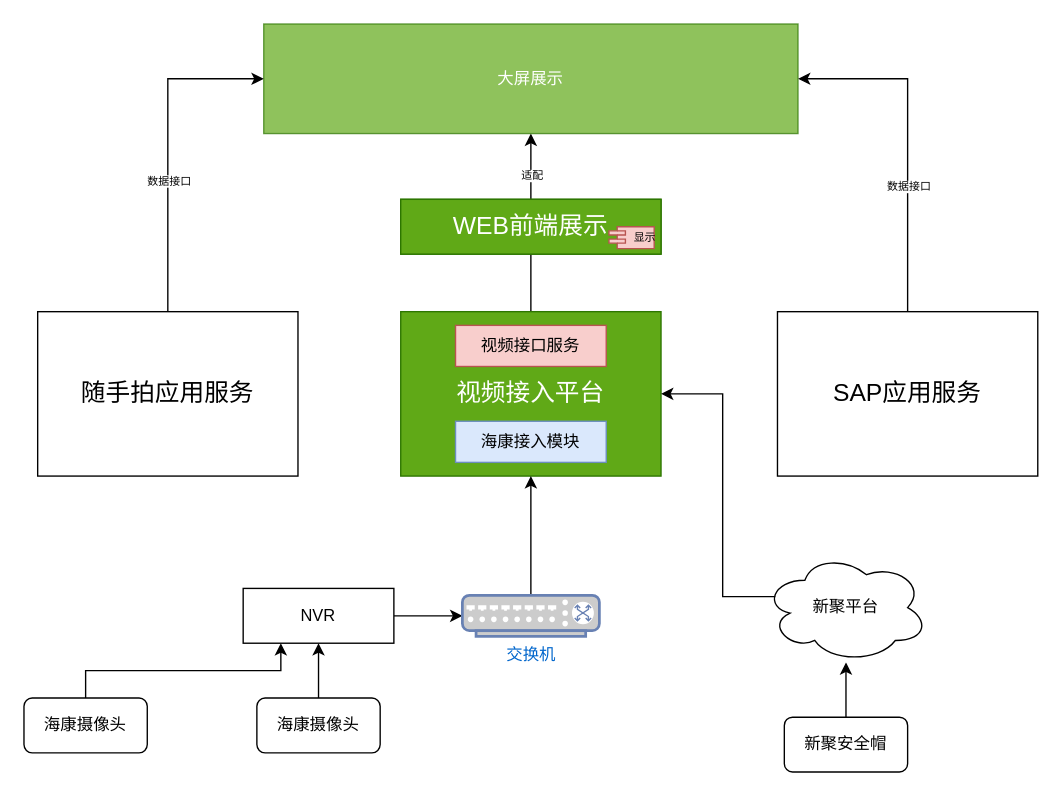
Above: page "视频监控" (4 of 4) of 总体架构.drawio in chinadragonsjz/project (draw.io), before the change. Source tidied: cells renumbered, new cells numbered last; positions are measured from the earlier drawing's top-left corner, leaving out a move shared by most shapes. Both pictures are drawn from the tidied source at 137%, with x=0, y=0 at pixel (23, 23).
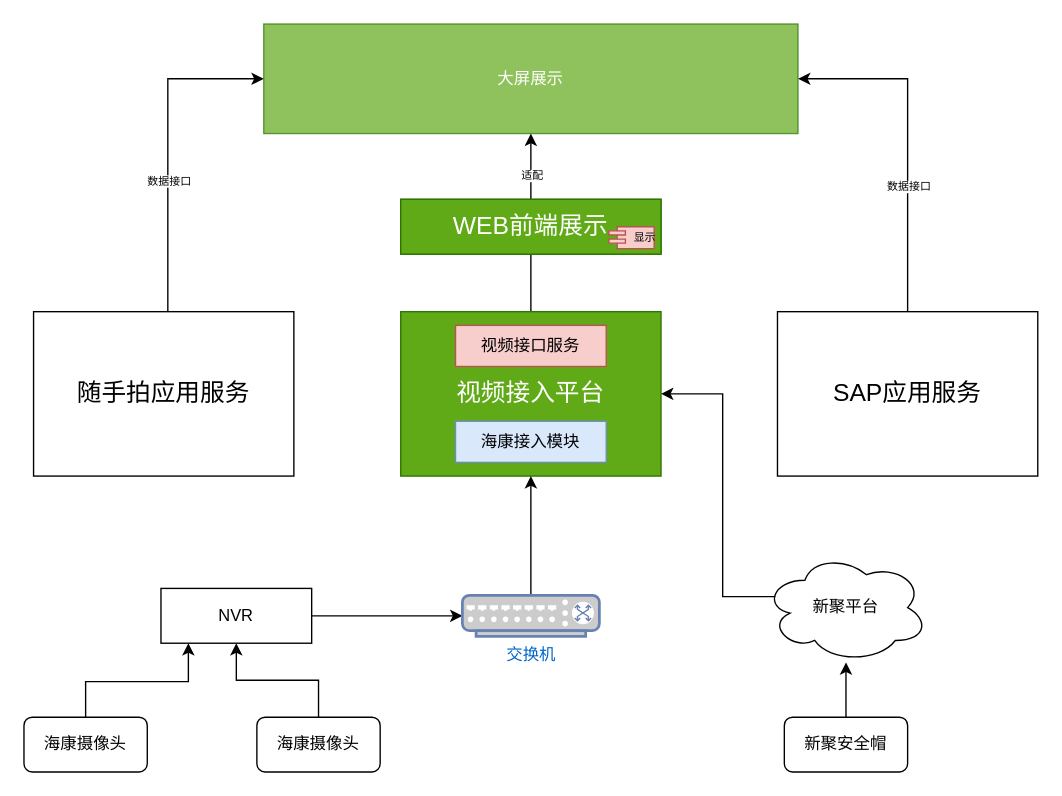
After the change.

Commit message:
更新总体架构.drawio

Change to the diagram source:
```diff
@@
     <mxCell id="7" value="海康摄像头" style="rounded=1;whiteSpace=wrap;html=1;" parent="1" vertex="1">
-      <mxGeometry x="170" y="492" width="90" height="40" as="geometry" />
+      <mxGeometry x="170" y="506" width="90" height="40" as="geometry" />
     </mxCell>
-    <mxCell id="8" style="edgeStyle=orthogonalEdgeStyle;rounded=0;jettySize=auto;html=1;entryX=0.25;entryY=1;entryDx=0;entryDy=0;" parent="1" edge="1" source="9" target="13">
+    <mxCell id="8" style="edgeStyle=orthogonalEdgeStyle;rounded=0;jettySize=auto;html=1;" parent="1" edge="1" source="9">
       <mxGeometry relative="1" as="geometry">
+        <mxPoint x="120" y="452" as="targetPoint" />
         <Array as="points">
-          <mxPoint x="45" y="472" />
-          <mxPoint x="188" y="472" />
+          <mxPoint x="45" y="480" />
+          <mxPoint x="120" y="480" />
         </Array>
       </mxGeometry>
     </mxCell>
     <mxCell id="9" value="海康摄像头" style="rounded=1;whiteSpace=wrap;html=1;" parent="1" vertex="1">
-      <mxGeometry y="492" width="90" height="40" as="geometry" />
+      <mxGeometry y="506" width="90" height="40" as="geometry" />
     </mxCell>
@@
     <mxCell id="13" value="NVR" style="rounded=0;whiteSpace=wrap;html=1;" parent="1" vertex="1">
-      <mxGeometry x="160" y="412" width="110" height="40" as="geometry" />
+      <mxGeometry x="100" y="412" width="110" height="40" as="geometry" />
     </mxCell>
@@
     <mxCell id="22" value="&lt;font style=&quot;font-size: 18px&quot;&gt;随手拍应用服务&lt;/font&gt;" style="rounded=0;whiteSpace=wrap;html=1;" parent="1" vertex="1">
-      <mxGeometry x="10" y="210" width="190" height="120" as="geometry" />
+      <mxGeometry x="7" y="210" width="190" height="120" as="geometry" />
     </mxCell>
```
